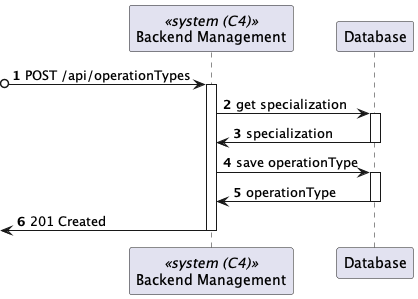
Lapr5G21/sem5pi-24-25-3ddg21 keeps this PlantUML diagram as docs/AddOperationType/views/level3/process-view1.png. Above is the earlier version.
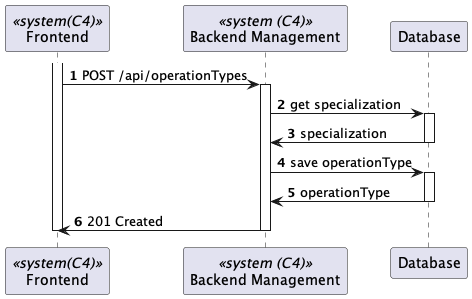
After the commit.

Change to the diagram source:
```diff
@@ -1,10 +1,12 @@
 @startuml
 
 autonumber
+participant FE as "Frontend" <<system(C4)>>
 participant BE as "Backend Management" <<system (C4)>>
 participant DB as "Database"
 
-?o-> BE : POST /api/operationTypes
+activate FE
+FE-> BE : POST /api/operationTypes
 activate BE
 
 BE -> DB : get specialization
@@ -23,8 +25,9 @@
 
 deactivate DB
 
-<- BE : 201 Created
+FE <- BE : 201 Created
 
 deactivate BE
+deactivate FE
 
 @enduml
```
